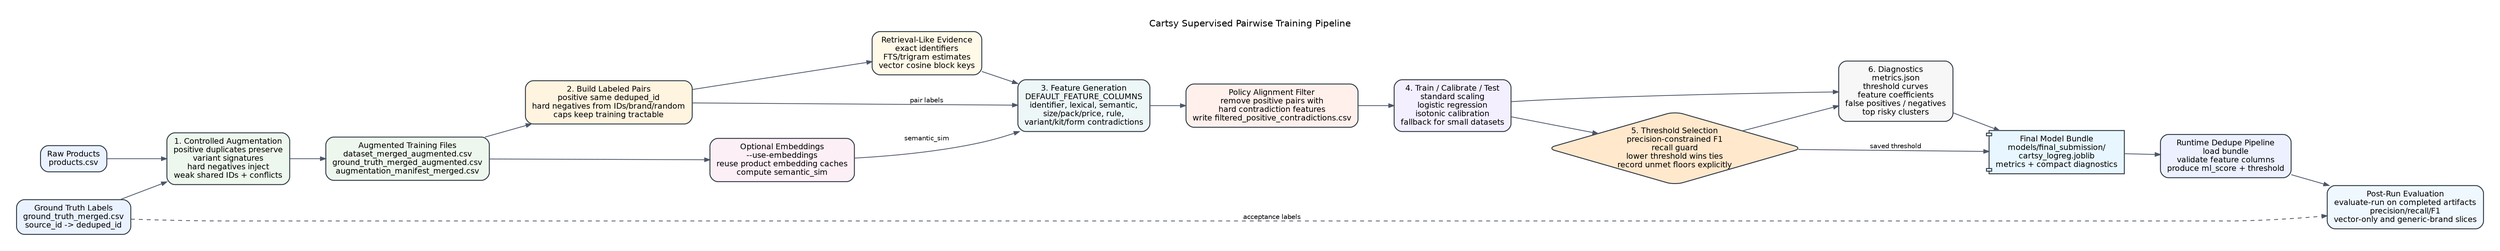
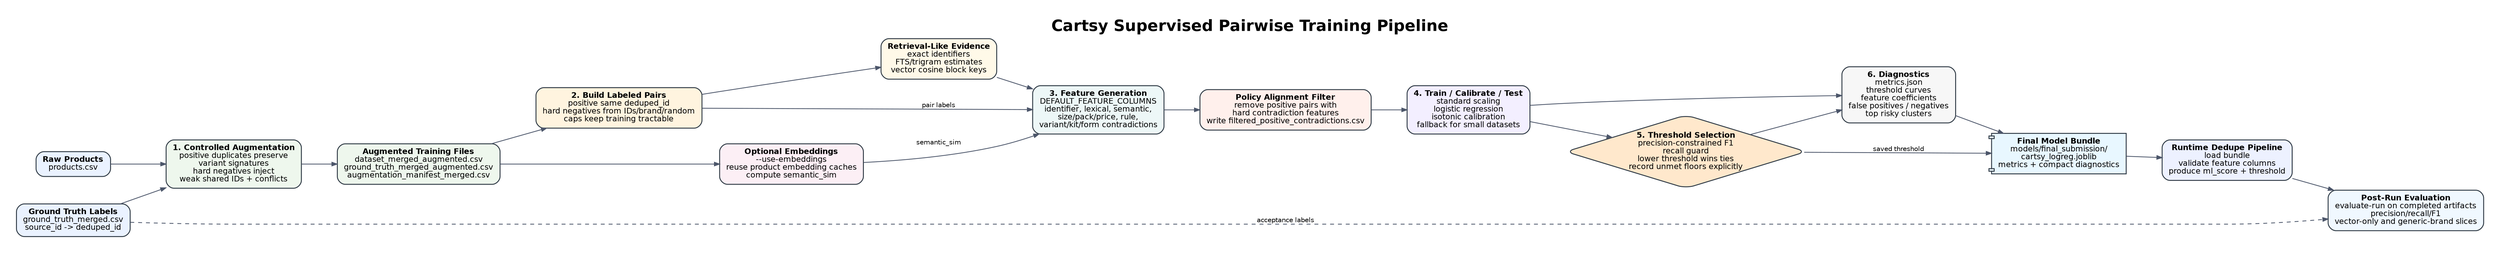
digraph TrainingPipeline {
  graph [
    rankdir=LR,
    bgcolor="white",
    pad="0.35",
    nodesep="0.5",
    ranksep="0.75",
    fontname="Helvetica",
    labelloc="t",
-     label="Cartsy Supervised Pairwise Training Pipeline"
+     label=<<FONT POINT-SIZE="24"><B>Cartsy Supervised Pairwise Training Pipeline</B></FONT>>
  ];

  node [
    shape=rect,
    style="rounded,filled",
    fontname="Helvetica",
    fontsize=12,
    color="#2f3a45",
    penwidth=1.4,
    margin="0.14,0.10"
  ];

  edge [
    fontname="Helvetica",
    fontsize=10,
    color="#4c566a",
    arrowsize=0.8,
    penwidth=1.2
  ];

  products [
-     label="Raw Products\nproducts.csv",
+     label=<<B>Raw Products</B><BR/>products.csv>,
    fillcolor="#eaf2ff"
  ];

  labels [
-     label="Ground Truth Labels\nground_truth_merged.csv\nsource_id -> deduped_id",
+     label=<<B>Ground Truth Labels</B><BR/>ground_truth_merged.csv<BR/>source_id -&gt; deduped_id>,
    fillcolor="#eaf2ff"
  ];

  augment [
-     label="1. Controlled Augmentation\npositive duplicates preserve\nvariant signatures\nhard negatives inject\nweak shared IDs + conflicts",
+     label=<<B>1. Controlled Augmentation</B><BR/>positive duplicates preserve<BR/>variant signatures<BR/>hard negatives inject<BR/>weak shared IDs + conflicts>,
    fillcolor="#eef7ed"
  ];

  augmented [
-     label="Augmented Training Files\ndataset_merged_augmented.csv\nground_truth_merged_augmented.csv\naugmentation_manifest_merged.csv",
+     label=<<B>Augmented Training Files</B><BR/>dataset_merged_augmented.csv<BR/>ground_truth_merged_augmented.csv<BR/>augmentation_manifest_merged.csv>,
    fillcolor="#eef7ed"
  ];

  pair_build [
-     label="2. Build Labeled Pairs\npositive same deduped_id\nhard negatives from IDs/brand/random\ncaps keep training tractable",
+     label=<<B>2. Build Labeled Pairs</B><BR/>positive same deduped_id<BR/>hard negatives from IDs/brand/random<BR/>caps keep training tractable>,
    fillcolor="#fff4df"
  ];

  block_keys [
-     label="Retrieval-Like Evidence\nexact identifiers\nFTS/trigram estimates\nvector cosine block keys",
+     label=<<B>Retrieval-Like Evidence</B><BR/>exact identifiers<BR/>FTS/trigram estimates<BR/>vector cosine block keys>,
    fillcolor="#fff9e8"
  ];

  embeddings [
-     label="Optional Embeddings\n--use-embeddings\nreuse product embedding caches\ncompute semantic_sim",
+     label=<<B>Optional Embeddings</B><BR/>--use-embeddings<BR/>reuse product embedding caches<BR/>compute semantic_sim>,
    fillcolor="#fceff5"
  ];

  features [
-     label="3. Feature Generation\nDEFAULT_FEATURE_COLUMNS\nidentifier, lexical, semantic,\nsize/pack/price, rule,\nvariant/kit/form contradictions",
+     label=<<B>3. Feature Generation</B><BR/>DEFAULT_FEATURE_COLUMNS<BR/>identifier, lexical, semantic,<BR/>size/pack/price, rule,<BR/>variant/kit/form contradictions>,
    fillcolor="#edf7f7"
  ];

  filter [
-     label="Policy Alignment Filter\nremove positive pairs with\nhard contradiction features\nwrite filtered_positive_contradictions.csv",
+     label=<<B>Policy Alignment Filter</B><BR/>remove positive pairs with<BR/>hard contradiction features<BR/>write filtered_positive_contradictions.csv>,
    fillcolor="#fff0ec"
  ];

  splits [
-     label="4. Train / Calibrate / Test\nstandard scaling\nlogistic regression\nisotonic calibration\nfallback for small datasets",
+     label=<<B>4. Train / Calibrate / Test</B><BR/>standard scaling<BR/>logistic regression<BR/>isotonic calibration<BR/>fallback for small datasets>,
    fillcolor="#f3efff"
  ];

  threshold [
-     label="5. Threshold Selection\nprecision-constrained F1\nrecall guard\nlower threshold wins ties\nrecord unmet floors explicitly",
+     label=<<B>5. Threshold Selection</B><BR/>precision-constrained F1<BR/>recall guard<BR/>lower threshold wins ties<BR/>record unmet floors explicitly>,
    shape=diamond,
    width=2.65,
    height=1.55,
    fillcolor="#ffe8cc"
  ];

  diagnostics [
-     label="6. Diagnostics\nmetrics.json\nthreshold curves\nfeature coefficients\nfalse positives / negatives\ntop risky clusters",
+     label=<<B>6. Diagnostics</B><BR/>metrics.json<BR/>threshold curves<BR/>feature coefficients<BR/>false positives / negatives<BR/>top risky clusters>,
    fillcolor="#f7f7f7"
  ];

  bundle [
-     label="Final Model Bundle\nmodels/final_submission/\ncartsy_logreg.joblib\nmetrics + compact diagnostics",
+     label=<<B>Final Model Bundle</B><BR/>models/final_submission/<BR/>cartsy_logreg.joblib<BR/>metrics + compact diagnostics>,
    shape=component,
    fillcolor="#e8f7ff"
  ];

  runtime [
-     label="Runtime Dedupe Pipeline\nload bundle\nvalidate feature columns\nproduce ml_score + threshold",
+     label=<<B>Runtime Dedupe Pipeline</B><BR/>load bundle<BR/>validate feature columns<BR/>produce ml_score + threshold>,
    fillcolor="#edf1ff"
  ];

  eval [
-     label="Post-Run Evaluation\nevaluate-run on completed artifacts\nprecision/recall/F1\nvector-only and generic-brand slices",
+     label=<<B>Post-Run Evaluation</B><BR/>evaluate-run on completed artifacts<BR/>precision/recall/F1<BR/>vector-only and generic-brand slices>,
    fillcolor="#f0f8ff"
  ];

  products -> augment;
  labels -> augment;
  augment -> augmented;
  augmented -> pair_build;
  pair_build -> block_keys;
  block_keys -> features;
  augmented -> embeddings;
  embeddings -> features [label="semantic_sim"];
  pair_build -> features [label="pair labels"];
  features -> filter;
  filter -> splits;
  splits -> threshold;
  threshold -> diagnostics;
  splits -> diagnostics;
  diagnostics -> bundle;
  threshold -> bundle [label="saved threshold"];
  bundle -> runtime;
  runtime -> eval;
  labels -> eval [style=dashed, label="acceptance labels"];
}
